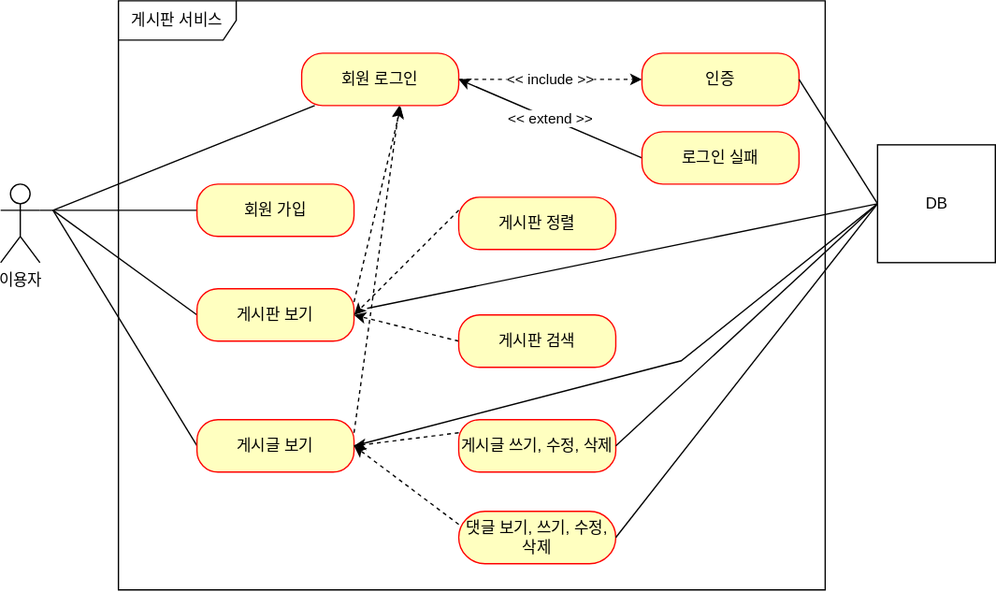
The draw.io diagram document/use-case.svg in solpinetree/study-project-board, before a commit. Source tidied: cells renumbered, new cells last; positions are measured from the earlier drawing's top-left corner, leaving out a move shared by most shapes.
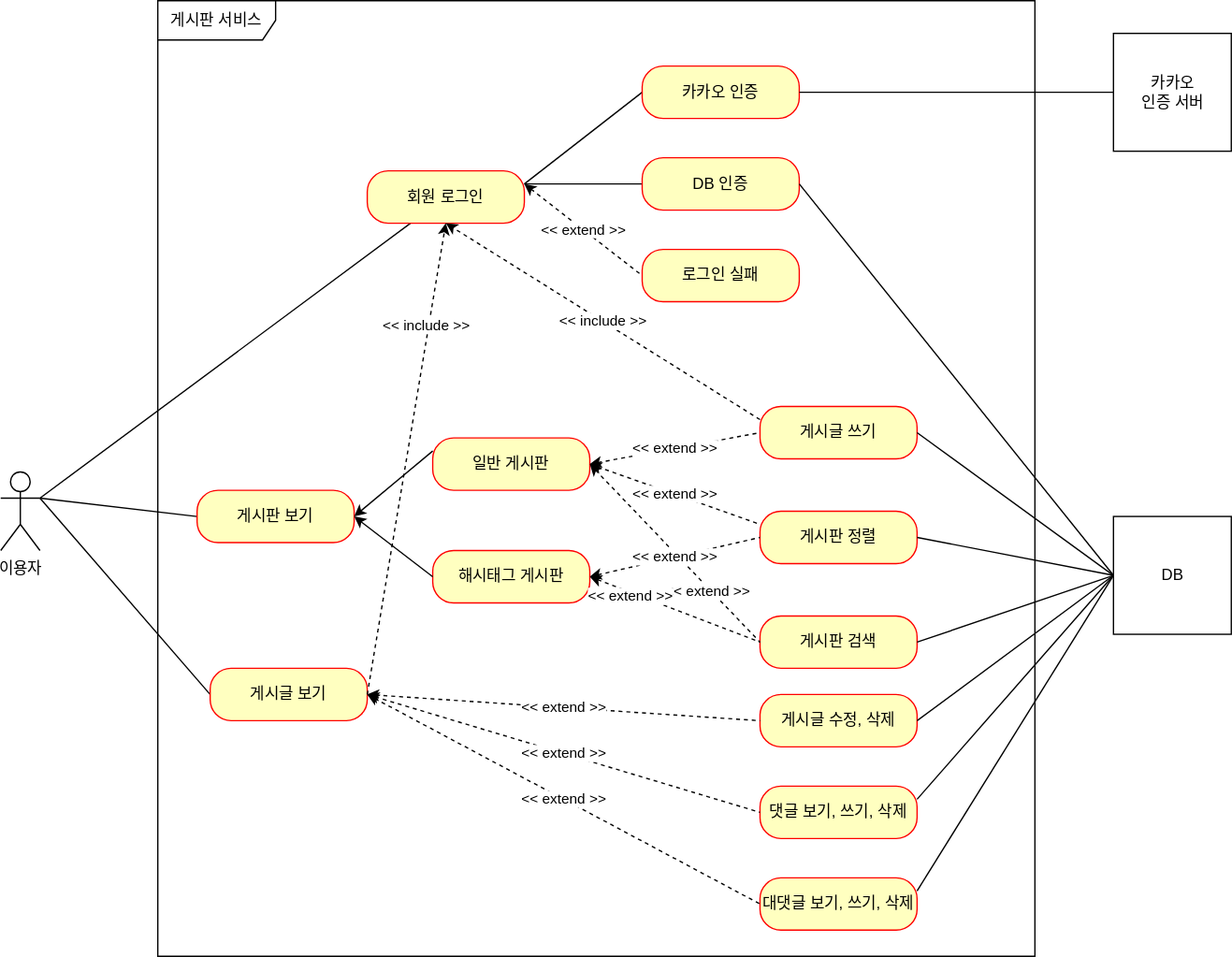
The same diagram one commit later.

The edit, as a diff of the source:
```diff
@@ -3,112 +3,140 @@
     <mxCell id="0" />
     <mxCell id="1" parent="0" />
     <mxCell id="2" value="이용자" style="shape=umlActor;verticalLabelPosition=bottom;verticalAlign=top;html=1;outlineConnect=0;" parent="1" vertex="1">
-      <mxGeometry y="140" width="30" height="60" as="geometry" />
+      <mxGeometry x="36" y="245" width="30" height="60" as="geometry" />
     </mxCell>
     <mxCell id="3" value="게시판 서비스" style="shape=umlFrame;whiteSpace=wrap;html=1;width=90;height=30;" parent="1" vertex="1">
-      <mxGeometry x="90" width="540" height="450" as="geometry" />
+      <mxGeometry x="156" y="-115" width="670" height="730" as="geometry" />
     </mxCell>
-    <mxCell id="4" style="rounded=0;jettySize=auto;html=1;entryX=1;entryY=0.3333333333333333;entryDx=0;entryDy=0;entryPerimeter=0;startArrow=none;startFill=0;endArrow=none;endFill=0;" parent="1" edge="1" source="5" target="2">
-      <mxGeometry relative="1" as="geometry" />
-    </mxCell>
-    <mxCell id="5" value="회원 가입" style="rounded=1;whiteSpace=wrap;html=1;arcSize=40;fontColor=#000000;fillColor=#ffffc0;strokeColor=#ff0000;" parent="1" vertex="1">
-      <mxGeometry x="150" y="140" width="120" height="40" as="geometry" />
-    </mxCell>
-    <mxCell id="6" style="edgeStyle=none;rounded=0;jettySize=auto;html=1;startArrow=none;startFill=0;endArrow=none;endFill=0;exitX=0;exitY=0.5;exitDx=0;exitDy=0;" parent="1" edge="1" source="8">
-      <mxGeometry relative="1" as="geometry">
-        <mxPoint x="40" y="160" as="targetPoint" />
-      </mxGeometry>
+    <mxCell id="6" style="edgeStyle=none;rounded=0;jettySize=auto;html=1;startArrow=none;startFill=0;endArrow=none;endFill=0;exitX=0;exitY=0.5;exitDx=0;exitDy=0;entryX=1;entryY=0.3333333333333333;entryDx=0;entryDy=0;entryPerimeter=0;" parent="1" edge="1" source="8" target="2">
+      <mxGeometry relative="1" as="geometry" />
     </mxCell>
-    <mxCell id="7" style="edgeStyle=none;rounded=0;jettySize=auto;html=1;dashed=1;startArrow=none;startFill=0;endArrow=classic;endFill=1;entryX=0.631;entryY=1.023;entryDx=0;entryDy=0;entryPerimeter=0;" parent="1" edge="1" target="15">
-      <mxGeometry relative="1" as="geometry">
-        <mxPoint x="270" y="230" as="sourcePoint" />
-      </mxGeometry>
-    </mxCell>
     <mxCell id="8" value="게시판 보기" style="rounded=1;whiteSpace=wrap;html=1;arcSize=40;fontColor=#000000;fillColor=#ffffc0;strokeColor=#ff0000;" parent="1" vertex="1">
-      <mxGeometry x="150" y="220" width="120" height="40" as="geometry" />
+      <mxGeometry x="186" y="259" width="120" height="40" as="geometry" />
     </mxCell>
-    <mxCell id="9" style="edgeStyle=none;rounded=0;jettySize=auto;html=1;startArrow=none;startFill=0;endArrow=none;endFill=0;exitX=0;exitY=0.5;exitDx=0;exitDy=0;" parent="1" edge="1" source="11">
-      <mxGeometry relative="1" as="geometry">
-        <mxPoint x="40" y="160" as="targetPoint" />
-      </mxGeometry>
+    <mxCell id="9" style="edgeStyle=none;rounded=0;jettySize=auto;html=1;startArrow=none;startFill=0;endArrow=none;endFill=0;exitX=0;exitY=0.5;exitDx=0;exitDy=0;entryX=1;entryY=0.3333333333333333;entryDx=0;entryDy=0;entryPerimeter=0;" parent="1" edge="1" source="11" target="2">
+      <mxGeometry relative="1" as="geometry" />
     </mxCell>
-    <mxCell id="10" style="edgeStyle=none;rounded=0;jettySize=auto;html=1;exitX=1;exitY=0.25;exitDx=0;exitDy=0;entryX=0.623;entryY=0.999;entryDx=0;entryDy=0;entryPerimeter=0;dashed=1;startArrow=none;startFill=0;endArrow=classic;endFill=1;" parent="1" edge="1" source="11" target="15">
-      <mxGeometry relative="1" as="geometry" />
-    </mxCell>
     <mxCell id="11" value="게시글 보기" style="rounded=1;whiteSpace=wrap;html=1;arcSize=40;fontColor=#000000;fillColor=#ffffc0;strokeColor=#ff0000;" parent="1" vertex="1">
-      <mxGeometry x="150" y="320" width="120" height="40" as="geometry" />
+      <mxGeometry x="196" y="395" width="120" height="40" as="geometry" />
     </mxCell>
-    <mxCell id="12" style="edgeStyle=none;rounded=0;jettySize=auto;html=1;startArrow=none;startFill=0;endArrow=none;endFill=0;" parent="1" edge="1" source="15">
-      <mxGeometry relative="1" as="geometry">
-        <mxPoint x="40" y="160" as="targetPoint" />
-      </mxGeometry>
+    <mxCell id="12" style="edgeStyle=none;rounded=0;jettySize=auto;html=1;startArrow=none;startFill=0;endArrow=none;endFill=0;entryX=1;entryY=0.3333333333333333;entryDx=0;entryDy=0;entryPerimeter=0;" parent="1" edge="1" source="15" target="2">
+      <mxGeometry relative="1" as="geometry" />
     </mxCell>
-    <mxCell id="13" value="&amp;lt;&amp;lt; include &amp;gt;&amp;gt;" style="edgeStyle=none;rounded=0;jettySize=auto;html=1;startArrow=none;startFill=0;endArrow=classic;endFill=1;dashed=1;" parent="1" edge="1" source="15" target="16">
-      <mxGeometry relative="1" as="geometry" />
-    </mxCell>
-    <mxCell id="14" value="&amp;lt;&amp;lt; extend &amp;gt;&amp;gt;" style="edgeStyle=none;rounded=0;jettySize=auto;html=1;entryX=0;entryY=0.5;entryDx=0;entryDy=0;startArrow=classic;startFill=1;endArrow=none;endFill=0;exitX=1;exitY=0.5;exitDx=0;exitDy=0;" parent="1" edge="1" source="15" target="17">
+    <mxCell id="14" value="&amp;lt;&amp;lt; extend &amp;gt;&amp;gt;" style="edgeStyle=none;rounded=0;jettySize=auto;html=1;entryX=0;entryY=0.5;entryDx=0;entryDy=0;startArrow=classic;startFill=1;endArrow=none;endFill=0;exitX=1;exitY=0.25;exitDx=0;exitDy=0;dashed=1;" parent="1" edge="1" source="15" target="17">
       <mxGeometry relative="1" as="geometry" />
     </mxCell>
     <mxCell id="15" value="회원 로그인" style="rounded=1;whiteSpace=wrap;html=1;arcSize=40;fontColor=#000000;fillColor=#ffffc0;strokeColor=#ff0000;" parent="1" vertex="1">
-      <mxGeometry x="230" y="40" width="120" height="40" as="geometry" />
+      <mxGeometry x="316" y="15" width="120" height="40" as="geometry" />
     </mxCell>
+    <mxCell id="32" style="rounded=0;jettySize=auto;html=1;entryX=1;entryY=0.25;entryDx=0;entryDy=0;endArrow=none;endFill=0;exitX=0;exitY=0.5;exitDx=0;exitDy=0;" parent="1" edge="1" source="16" target="15">
+      <mxGeometry relative="1" as="geometry" />
+    </mxCell>
-    <mxCell id="16" value="인증" style="rounded=1;whiteSpace=wrap;html=1;arcSize=40;fontColor=#000000;fillColor=#ffffc0;strokeColor=#ff0000;" parent="1" vertex="1">
-      <mxGeometry x="490" y="40" width="120" height="40" as="geometry" />
+    <mxCell id="16" value="DB 인증" style="rounded=1;whiteSpace=wrap;html=1;arcSize=40;fontColor=#000000;fillColor=#ffffc0;strokeColor=#ff0000;" parent="1" vertex="1">
+      <mxGeometry x="526" y="5" width="120" height="40" as="geometry" />
     </mxCell>
     <mxCell id="17" value="로그인 실패" style="rounded=1;whiteSpace=wrap;html=1;arcSize=40;fontColor=#000000;fillColor=#ffffc0;strokeColor=#ff0000;" parent="1" vertex="1">
-      <mxGeometry x="490" y="100" width="120" height="40" as="geometry" />
+      <mxGeometry x="526" y="75" width="120" height="40" as="geometry" />
     </mxCell>
-    <mxCell id="18" style="edgeStyle=none;rounded=0;jettySize=auto;html=1;exitX=0;exitY=0.25;exitDx=0;exitDy=0;entryX=1;entryY=0.5;entryDx=0;entryDy=0;dashed=1;startArrow=none;startFill=0;endArrow=classic;endFill=1;" parent="1" edge="1" source="19" target="8">
+    <mxCell id="18" style="edgeStyle=none;rounded=0;jettySize=auto;html=1;exitX=0;exitY=0.25;exitDx=0;exitDy=0;entryX=1;entryY=0.5;entryDx=0;entryDy=0;startArrow=none;startFill=0;endArrow=classic;endFill=1;" parent="1" edge="1" source="19" target="8">
       <mxGeometry relative="1" as="geometry" />
     </mxCell>
+    <mxCell id="21" value="게시글 쓰기" style="rounded=1;whiteSpace=wrap;html=1;arcSize=40;fontColor=#000000;fillColor=#ffffc0;strokeColor=#ff0000;" parent="1" vertex="1">
+      <mxGeometry x="616" y="195" width="120" height="40" as="geometry" />
+    </mxCell>
+    <mxCell id="26" style="edgeStyle=none;rounded=0;jettySize=auto;html=1;exitX=0;exitY=0.5;exitDx=0;exitDy=0;entryX=1;entryY=0.5;entryDx=0;entryDy=0;startArrow=none;startFill=0;endArrow=none;endFill=0;" parent="1" edge="1" source="31" target="16">
+      <mxGeometry relative="1" as="geometry" />
+    </mxCell>
+    <mxCell id="31" value="DB" style="html=1;" parent="1" vertex="1">
+      <mxGeometry x="886" y="279" width="90" height="90" as="geometry" />
+    </mxCell>
-    <mxCell id="19" value="게시판 정렬" style="rounded=1;whiteSpace=wrap;html=1;arcSize=40;fontColor=#000000;fillColor=#ffffc0;strokeColor=#ff0000;" parent="1" vertex="1">
-      <mxGeometry x="350" y="150" width="120" height="40" as="geometry" />
+    <mxCell id="19" value="일반 게시판" style="rounded=1;whiteSpace=wrap;html=1;arcSize=40;fontColor=#000000;fillColor=#ffffc0;strokeColor=#ff0000;" parent="1" vertex="1">
+      <mxGeometry x="366" y="219" width="120" height="40" as="geometry" />
     </mxCell>
-    <mxCell id="20" style="edgeStyle=none;rounded=0;jettySize=auto;html=1;exitX=0;exitY=0.5;exitDx=0;exitDy=0;dashed=1;startArrow=none;startFill=0;endArrow=classic;endFill=1;" parent="1" edge="1" source="21">
-      <mxGeometry relative="1" as="geometry">
-        <mxPoint x="270" y="240" as="targetPoint" />
-      </mxGeometry>
-    </mxCell>
-    <mxCell id="21" value="게시판 검색" style="rounded=1;whiteSpace=wrap;html=1;arcSize=40;fontColor=#000000;fillColor=#ffffc0;strokeColor=#ff0000;" parent="1" vertex="1">
-      <mxGeometry x="350" y="240" width="120" height="40" as="geometry" />
-    </mxCell>
-    <mxCell id="22" style="edgeStyle=none;rounded=0;jettySize=auto;html=1;exitX=0;exitY=0.25;exitDx=0;exitDy=0;entryX=1;entryY=0.5;entryDx=0;entryDy=0;dashed=1;startArrow=none;startFill=0;endArrow=classic;endFill=1;" parent="1" edge="1" source="23" target="11">
-      <mxGeometry relative="1" as="geometry" />
-    </mxCell>
-    <mxCell id="23" value="게시글 쓰기, 수정, 삭제" style="rounded=1;whiteSpace=wrap;html=1;arcSize=40;fontColor=#000000;fillColor=#ffffc0;strokeColor=#ff0000;" parent="1" vertex="1">
-      <mxGeometry x="350" y="320" width="120" height="40" as="geometry" />
-    </mxCell>
-    <mxCell id="24" style="edgeStyle=none;rounded=0;jettySize=auto;html=1;exitX=0;exitY=0.25;exitDx=0;exitDy=0;dashed=1;startArrow=none;startFill=0;endArrow=classic;endFill=1;" parent="1" edge="1" source="25">
-      <mxGeometry relative="1" as="geometry">
-        <mxPoint x="270" y="340" as="targetPoint" />
-      </mxGeometry>
-    </mxCell>
-    <mxCell id="25" value="댓글 보기, 쓰기, 수정, &lt;br&gt;삭제" style="rounded=1;whiteSpace=wrap;html=1;arcSize=50;fontColor=#000000;fillColor=#ffffc0;strokeColor=#ff0000;" parent="1" vertex="1">
-      <mxGeometry x="350" y="390" width="120" height="40" as="geometry" />
-    </mxCell>
-    <mxCell id="26" style="edgeStyle=none;rounded=0;jettySize=auto;html=1;exitX=0;exitY=0.5;exitDx=0;exitDy=0;entryX=1;entryY=0.5;entryDx=0;entryDy=0;startArrow=none;startFill=0;endArrow=none;endFill=0;" parent="1" edge="1" source="31" target="16">
-      <mxGeometry relative="1" as="geometry" />
-    </mxCell>
-    <mxCell id="27" style="edgeStyle=none;rounded=0;jettySize=auto;html=1;exitX=0;exitY=0.5;exitDx=0;exitDy=0;startArrow=none;startFill=0;endArrow=none;endFill=0;" parent="1" edge="1" source="31">
-      <mxGeometry relative="1" as="geometry">
-        <mxPoint x="280" y="235" as="targetPoint" />
-      </mxGeometry>
-    </mxCell>
-    <mxCell id="28" style="edgeStyle=none;rounded=0;jettySize=auto;html=1;exitX=0;exitY=0.5;exitDx=0;exitDy=0;startArrow=none;startFill=0;endArrow=none;endFill=0;entryX=1;entryY=0.5;entryDx=0;entryDy=0;" parent="1" edge="1" source="31" target="11">
-      <mxGeometry relative="1" as="geometry">
-        <Array as="points">
-          <mxPoint x="520" y="275" />
-        </Array>
-      </mxGeometry>
-    </mxCell>
-    <mxCell id="29" style="edgeStyle=none;rounded=0;jettySize=auto;html=1;exitX=0;exitY=0.5;exitDx=0;exitDy=0;entryX=1;entryY=0.5;entryDx=0;entryDy=0;startArrow=none;startFill=0;endArrow=none;endFill=0;" parent="1" edge="1" source="31" target="23">
-      <mxGeometry relative="1" as="geometry" />
-    </mxCell>
-    <mxCell id="30" style="edgeStyle=none;rounded=0;jettySize=auto;html=1;exitX=0;exitY=0.5;exitDx=0;exitDy=0;entryX=1;entryY=0.5;entryDx=0;entryDy=0;startArrow=none;startFill=0;endArrow=none;endFill=0;" parent="1" edge="1" source="31" target="25">
-      <mxGeometry relative="1" as="geometry" />
-    </mxCell>
-    <mxCell id="31" value="DB" style="html=1;" parent="1" vertex="1">
-      <mxGeometry x="670" y="110" width="90" height="90" as="geometry" />
-    </mxCell>
+    <mxCell id="33" value="해시태그 게시판" style="rounded=1;whiteSpace=wrap;html=1;arcSize=40;fontColor=#000000;fillColor=#ffffc0;strokeColor=#ff0000;" parent="1" vertex="1">
+      <mxGeometry x="366" y="305" width="120" height="40" as="geometry" />
+    </mxCell>
+    <mxCell id="34" style="edgeStyle=none;rounded=0;jettySize=auto;html=1;exitX=0;exitY=0.5;exitDx=0;exitDy=0;entryX=1;entryY=0.5;entryDx=0;entryDy=0;startArrow=none;startFill=0;endArrow=classic;endFill=1;" parent="1" edge="1" source="33" target="8">
+      <mxGeometry relative="1" as="geometry" />
+    </mxCell>
+    <mxCell id="35" value="게시판 정렬" style="rounded=1;whiteSpace=wrap;html=1;arcSize=40;fontColor=#000000;fillColor=#ffffc0;strokeColor=#ff0000;" parent="1" vertex="1">
+      <mxGeometry x="616" y="275" width="120" height="40" as="geometry" />
+    </mxCell>
+    <mxCell id="36" value="게시판 검색" style="rounded=1;whiteSpace=wrap;html=1;arcSize=40;fontColor=#000000;fillColor=#ffffc0;strokeColor=#ff0000;" parent="1" vertex="1">
+      <mxGeometry x="616" y="355" width="120" height="40" as="geometry" />
+    </mxCell>
+    <mxCell id="37" value="게시글 수정, 삭제" style="rounded=1;whiteSpace=wrap;html=1;arcSize=40;fontColor=#000000;fillColor=#ffffc0;strokeColor=#ff0000;" parent="1" vertex="1">
+      <mxGeometry x="616" y="415" width="120" height="40" as="geometry" />
+    </mxCell>
+    <mxCell id="38" value="댓글 보기, 쓰기, 삭제" style="rounded=1;whiteSpace=wrap;html=1;arcSize=40;fontColor=#000000;fillColor=#ffffc0;strokeColor=#ff0000;" parent="1" vertex="1">
+      <mxGeometry x="616" y="485" width="120" height="40" as="geometry" />
+    </mxCell>
+    <mxCell id="39" value="대댓글 보기, 쓰기, 삭제" style="rounded=1;whiteSpace=wrap;html=1;arcSize=40;fontColor=#000000;fillColor=#ffffc0;strokeColor=#ff0000;" parent="1" vertex="1">
+      <mxGeometry x="616" y="555" width="120" height="40" as="geometry" />
+    </mxCell>
+    <mxCell id="10" value="&amp;lt;&amp;lt; include &amp;gt;&amp;gt;" style="edgeStyle=none;rounded=0;jettySize=auto;html=1;startArrow=none;startFill=0;endArrow=classic;endFill=1;dashed=1;exitX=1;exitY=0.5;exitDx=0;exitDy=0;entryX=0.5;entryY=1;entryDx=0;entryDy=0;" parent="1" edge="1" source="11" target="15">
+      <mxGeometry x="0.56" y="3" relative="1" as="geometry">
+        <mxPoint x="1" as="offset" />
+      </mxGeometry>
+    </mxCell>
+    <mxCell id="40" value="&amp;lt;&amp;lt; extend &amp;gt;&amp;gt;" style="edgeStyle=none;rounded=0;jettySize=auto;html=1;entryX=0;entryY=0.5;entryDx=0;entryDy=0;startArrow=classic;startFill=1;endArrow=none;endFill=0;exitX=1;exitY=0.5;exitDx=0;exitDy=0;dashed=1;" parent="1" edge="1" source="11" target="37">
+      <mxGeometry relative="1" as="geometry" />
+    </mxCell>
+    <mxCell id="41" value="&amp;lt;&amp;lt; extend &amp;gt;&amp;gt;" style="edgeStyle=none;rounded=0;jettySize=auto;html=1;entryX=0;entryY=0.5;entryDx=0;entryDy=0;startArrow=classic;startFill=1;endArrow=none;endFill=0;exitX=1;exitY=0.5;exitDx=0;exitDy=0;dashed=1;" parent="1" edge="1" source="11" target="39">
+      <mxGeometry relative="1" as="geometry" />
+    </mxCell>
+    <mxCell id="42" value="&amp;lt;&amp;lt; extend &amp;gt;&amp;gt;" style="edgeStyle=none;rounded=0;jettySize=auto;html=1;entryX=0;entryY=0.5;entryDx=0;entryDy=0;startArrow=classic;startFill=1;endArrow=none;endFill=0;exitX=1;exitY=0.5;exitDx=0;exitDy=0;dashed=1;" parent="1" edge="1" source="11" target="38">
+      <mxGeometry relative="1" as="geometry" />
+    </mxCell>
+    <mxCell id="43" value="&amp;lt;&amp;lt; include &amp;gt;&amp;gt;" style="edgeStyle=none;rounded=0;jettySize=auto;html=1;startArrow=none;startFill=0;endArrow=classic;endFill=1;dashed=1;exitX=0;exitY=0.25;exitDx=0;exitDy=0;entryX=0.5;entryY=1;entryDx=0;entryDy=0;" parent="1" edge="1" source="21" target="15">
+      <mxGeometry relative="1" as="geometry" />
+    </mxCell>
+    <mxCell id="44" value="&amp;lt;&amp;lt; extend &amp;gt;&amp;gt;" style="edgeStyle=none;rounded=0;jettySize=auto;html=1;entryX=0;entryY=0.5;entryDx=0;entryDy=0;startArrow=classic;startFill=1;endArrow=none;endFill=0;exitX=1;exitY=0.5;exitDx=0;exitDy=0;dashed=1;" parent="1" edge="1" source="19" target="21">
+      <mxGeometry relative="1" as="geometry" />
+    </mxCell>
+    <mxCell id="45" value="&amp;lt;&amp;lt; extend &amp;gt;&amp;gt;" style="edgeStyle=none;rounded=0;jettySize=auto;html=1;entryX=0;entryY=0.25;entryDx=0;entryDy=0;startArrow=classic;startFill=1;endArrow=none;endFill=0;exitX=1;exitY=0.5;exitDx=0;exitDy=0;dashed=1;" parent="1" edge="1" source="19" target="35">
+      <mxGeometry relative="1" as="geometry" />
+    </mxCell>
+    <mxCell id="46" value="&amp;lt;&amp;lt; extend &amp;gt;&amp;gt;" style="edgeStyle=none;rounded=0;jettySize=auto;html=1;entryX=0;entryY=0.5;entryDx=0;entryDy=0;startArrow=classic;startFill=1;endArrow=none;endFill=0;exitX=1;exitY=0.5;exitDx=0;exitDy=0;dashed=1;" parent="1" edge="1" source="19" target="36">
+      <mxGeometry x="0.41" y="-2" relative="1" as="geometry" />
+    </mxCell>
+    <mxCell id="47" value="&amp;lt;&amp;lt; extend &amp;gt;&amp;gt;" style="edgeStyle=none;rounded=0;jettySize=auto;html=1;entryX=0;entryY=0.5;entryDx=0;entryDy=0;startArrow=classic;startFill=1;endArrow=none;endFill=0;exitX=1;exitY=0.5;exitDx=0;exitDy=0;dashed=1;" parent="1" edge="1" source="33" target="35">
+      <mxGeometry relative="1" as="geometry" />
+    </mxCell>
+    <mxCell id="48" value="&amp;lt;&amp;lt; extend &amp;gt;&amp;gt;" style="edgeStyle=none;rounded=0;jettySize=auto;html=1;entryX=0;entryY=0.5;entryDx=0;entryDy=0;startArrow=classic;startFill=1;endArrow=none;endFill=0;exitX=1;exitY=0.5;exitDx=0;exitDy=0;dashed=1;" parent="1" edge="1" source="33" target="36">
+      <mxGeometry x="-0.51" y="-3" relative="1" as="geometry" />
+    </mxCell>
+    <mxCell id="49" style="edgeStyle=none;rounded=0;jettySize=auto;html=1;exitX=0;exitY=0.5;exitDx=0;exitDy=0;entryX=1;entryY=0.5;entryDx=0;entryDy=0;startArrow=none;startFill=0;endArrow=none;endFill=0;" parent="1" edge="1" source="31" target="21">
+      <mxGeometry relative="1" as="geometry" />
+    </mxCell>
+    <mxCell id="50" style="edgeStyle=none;rounded=0;jettySize=auto;html=1;exitX=0;exitY=0.5;exitDx=0;exitDy=0;entryX=1;entryY=0.5;entryDx=0;entryDy=0;startArrow=none;startFill=0;endArrow=none;endFill=0;" parent="1" edge="1" source="31" target="35">
+      <mxGeometry relative="1" as="geometry" />
+    </mxCell>
+    <mxCell id="51" style="edgeStyle=none;rounded=0;jettySize=auto;html=1;exitX=0;exitY=0.5;exitDx=0;exitDy=0;startArrow=none;startFill=0;endArrow=none;endFill=0;" parent="1" edge="1" source="31">
+      <mxGeometry relative="1" as="geometry">
+        <mxPoint x="736" y="375" as="targetPoint" />
+      </mxGeometry>
+    </mxCell>
+    <mxCell id="52" style="edgeStyle=none;rounded=0;jettySize=auto;html=1;exitX=0;exitY=0.5;exitDx=0;exitDy=0;startArrow=none;startFill=0;endArrow=none;endFill=0;entryX=1;entryY=0.5;entryDx=0;entryDy=0;" parent="1" edge="1" source="31" target="37">
+      <mxGeometry relative="1" as="geometry" />
+    </mxCell>
+    <mxCell id="53" style="edgeStyle=none;rounded=0;jettySize=auto;html=1;exitX=0;exitY=0.5;exitDx=0;exitDy=0;startArrow=none;startFill=0;endArrow=none;endFill=0;entryX=1;entryY=0.25;entryDx=0;entryDy=0;" parent="1" edge="1" source="31" target="38">
+      <mxGeometry relative="1" as="geometry" />
+    </mxCell>
+    <mxCell id="54" style="edgeStyle=none;rounded=0;jettySize=auto;html=1;exitX=0;exitY=0.5;exitDx=0;exitDy=0;startArrow=none;startFill=0;endArrow=none;endFill=0;entryX=1;entryY=0.25;entryDx=0;entryDy=0;" parent="1" edge="1" source="31" target="39">
+      <mxGeometry relative="1" as="geometry" />
+    </mxCell>
+    <mxCell id="55" style="rounded=0;jettySize=auto;html=1;exitX=0;exitY=0.5;exitDx=0;exitDy=0;endArrow=none;endFill=0;entryX=1;entryY=0.25;entryDx=0;entryDy=0;" parent="1" edge="1" source="56" target="15">
+      <mxGeometry relative="1" as="geometry" />
+    </mxCell>
+    <mxCell id="56" value="카카오 인증" style="rounded=1;whiteSpace=wrap;html=1;arcSize=40;fontColor=#000000;fillColor=#ffffc0;strokeColor=#ff0000;" parent="1" vertex="1">
+      <mxGeometry x="526" y="-65" width="120" height="40" as="geometry" />
+    </mxCell>
+    <mxCell id="57" style="edgeStyle=orthogonalEdgeStyle;rounded=0;jettySize=auto;html=1;endArrow=none;endFill=0;" parent="1" edge="1" source="58" target="56">
+      <mxGeometry relative="1" as="geometry" />
+    </mxCell>
+    <mxCell id="58" value="카카오&lt;br&gt;인증 서버" style="html=1;" parent="1" vertex="1">
+      <mxGeometry x="886" y="-90" width="90" height="90" as="geometry" />
+    </mxCell>
   </root>
 </mxGraphModel>
```
